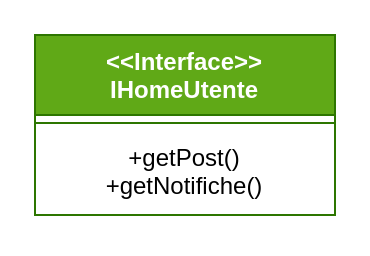
This is uml/Home Interface.drawio from Iannicc/Pet-Party, a draw.io file, before an edit. Source tidied: cells renumbered, new cells numbered last; positions are measured from the earlier drawing's top-left corner, leaving out a move shared by most shapes. Both pictures are drawn from the tidied source at 200%, with x=0, y=0 at pixel (34, 34).
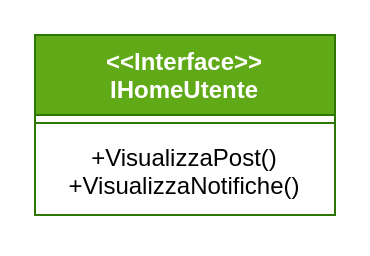
The same diagram, later.

The edit, as a diff of the source:
```diff
@@
 <mxGraphModel>
   <root>
     <mxCell id="0" />
     <mxCell id="1" parent="0" />
     <mxCell id="2" value="&lt;div&gt;&amp;lt;&amp;lt;Interface&amp;gt;&amp;gt;&lt;/div&gt;&lt;div&gt;IHomeUtente&lt;br&gt;&lt;/div&gt;" style="swimlane;fontStyle=1;align=center;verticalAlign=top;horizontal=1;startSize=40;whiteSpace=wrap;html=1;fillColor=#60a917;fontColor=#ffffff;strokeColor=#2D7600;" parent="1" vertex="1">
       <mxGeometry width="150" height="90" as="geometry" />
     </mxCell>
     <mxCell id="3" style="line;strokeWidth=1;fillColor=none;align=left;verticalAlign=middle;spacingTop=-1;spacingLeft=3;spacingRight=3;labelPosition=right;strokeColor=inherit;" parent="2" vertex="1">
       <mxGeometry y="40" width="150" height="8" as="geometry" />
     </mxCell>
-    <mxCell id="4" value="&lt;div&gt;+getPost()&lt;/div&gt;&lt;div&gt;+getNotifiche()&lt;br&gt;&lt;/div&gt;" style="text;strokeColor=none;fillColor=none;align=center;verticalAlign=top;spacingLeft=4;spacingRight=4;overflow=hidden;whiteSpace=wrap;html=1;" parent="2" vertex="1">
+    <mxCell id="4" value="&lt;div&gt;+VisualizzaPost()&lt;/div&gt;&lt;div&gt;+VisualizzaNotifiche()&lt;br&gt;&lt;/div&gt;" style="text;strokeColor=none;fillColor=none;align=center;verticalAlign=top;spacingLeft=4;spacingRight=4;overflow=hidden;whiteSpace=wrap;html=1;" parent="2" vertex="1">
       <mxGeometry y="48" width="150" height="42" as="geometry" />
     </mxCell>
   </root>
 </mxGraphModel>
```
